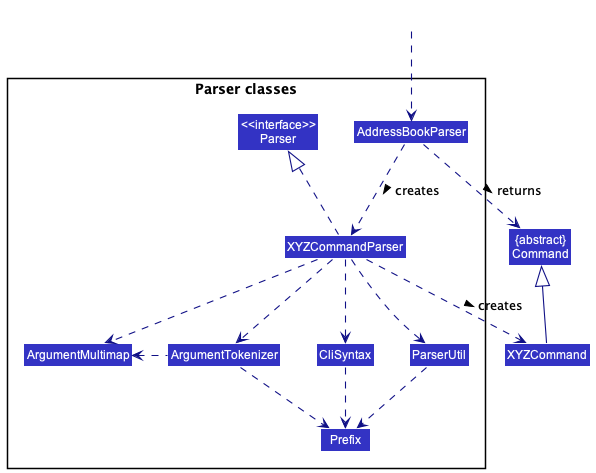
Before: docs/images/ParserClasses.png, a diagram exported from PlantUML (nus-cs2103-AY2223S1/tp).
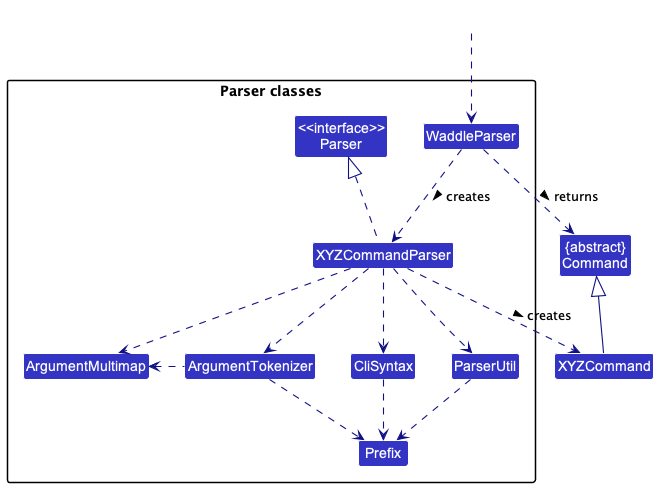
Above is the later version.

Commit message:
Update UML diagrams

Diff of the diagram source:
```diff
@@ -9,7 +9,7 @@
 
 package "Parser classes"{
 Class "<<interface>>\nParser" as Parser
-Class AddressBookParser
+Class WaddleParser
 Class XYZCommandParser
 Class CliSyntax
 Class ParserUtil
@@ -19,12 +19,12 @@
 }
 
 Class HiddenOutside #FFFFFF
-HiddenOutside ..> AddressBookParser
+HiddenOutside ..> WaddleParser
 
-AddressBookParser .down.> XYZCommandParser: creates >
+WaddleParser .down.> XYZCommandParser: creates >
 
 XYZCommandParser ..> XYZCommand : creates >
-AddressBookParser ..> Command : returns >
+WaddleParser ..> Command : returns >
 XYZCommandParser .up.|> Parser
 XYZCommandParser ..> ArgumentMultimap
 XYZCommandParser ..> ArgumentTokenizer
```
